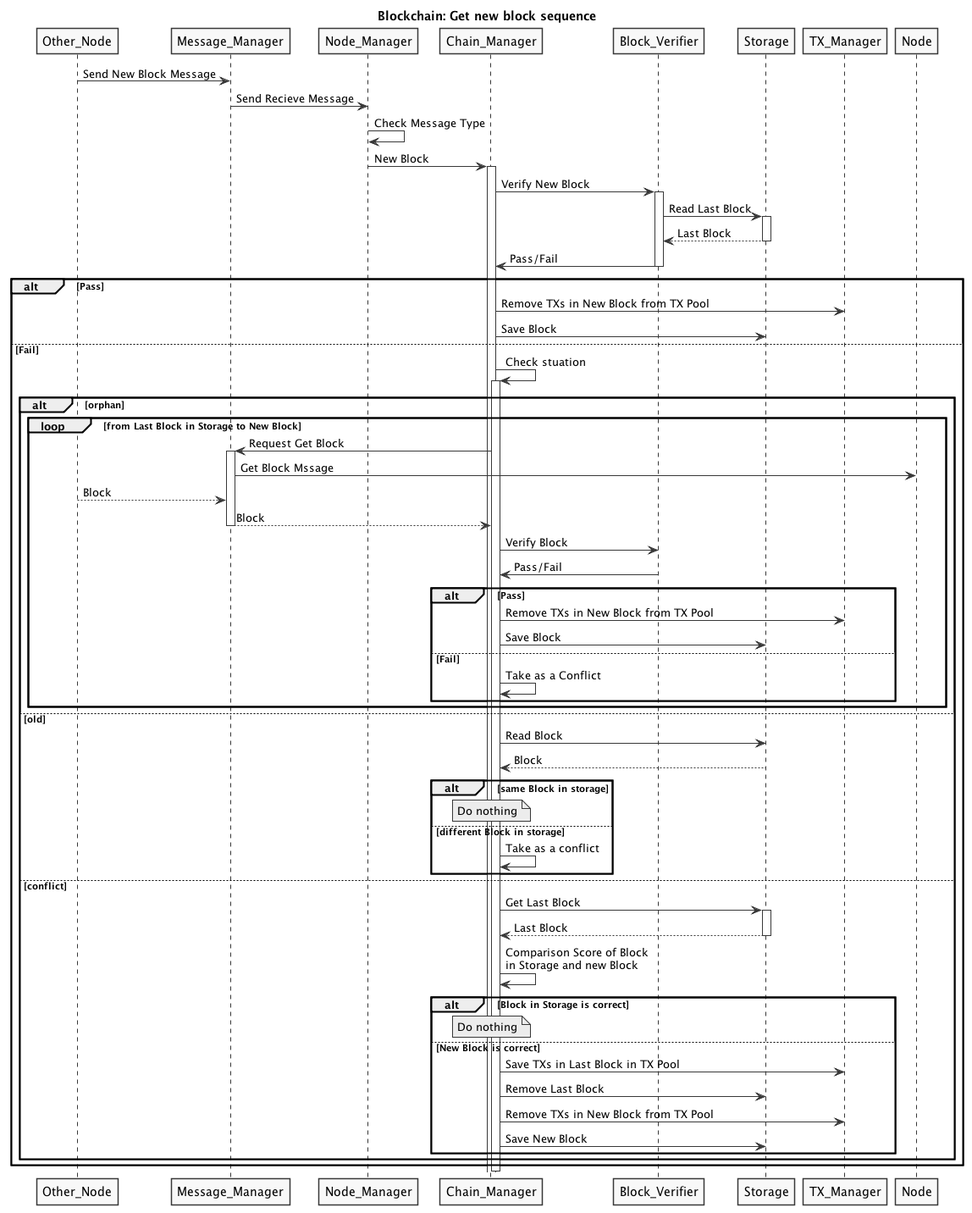
Before: uml/seq_get_block.png, a diagram exported from PlantUML (chike0905/blockchain). Its diagram source:
```plantuml
@startuml
skinparam shadowing false
skinparam monochrome true
title Blockchain: Get new block sequence

Other_Node -> Message_Manager: Send New Block Message
Message_Manager -> Node_Manager: Send Recieve Message
Node_Manager -> Node_Manager: Check Message Type
Node_Manager -> Chain_Manager: New Block
activate Chain_Manager
Chain_Manager -> Block_Verifier: Verify New Block
activate Block_Verifier
Block_Verifier -> Storage:Read Last Block
activate Storage
Storage --> Block_Verifier: Last Block
deactivate Storage
Block_Verifier -> Chain_Manager: Pass/Fail
deactivate Block_Verifier
alt Pass
  Chain_Manager -> TX_Manager: Remove TXs in New Block from TX Pool
  Chain_Manager -> Storage: Save Block
else Fail
  Chain_Manager -> Chain_Manager: Check stuation
  activate Chain_Manager
  alt orphan
    loop from Last Block in Storage to New Block
      Chain_Manager -> Message_Manager: Request Get Block
      activate Message_Manager
      Message_Manager -> Node: Get Block Mssage
      Other_Node --> Message_Manager: Block
      Message_Manager  --> Chain_Manager: Block
      deactivate Message_Manager
      Chain_Manager -> Block_Verifier: Verify Block
      Block_Verifier -> Chain_Manager: Pass/Fail
      alt Pass
        Chain_Manager -> TX_Manager: Remove TXs in New Block from TX Pool
        Chain_Manager -> Storage: Save Block
      else Fail
        Chain_Manager -> Chain_Manager: Take as a Conflict
      end
    end
  else old
    Chain_Manager -> Storage: Read Block
    Storage --> Chain_Manager: Block
    alt same Block in storage
      note over Chain_Manager:Do nothing
    else different Block in storage
      Chain_Manager -> Chain_Manager: Take as a conflict
    end
  else conflict
    Chain_Manager -> Storage: Get Last Block
    activate Storage
    Storage --> Chain_Manager :Last Block
    deactivate Storage
    Chain_Manager -> Chain_Manager: Comparison Score of Block\nin Storage and new Block
    alt Block in Storage is correct
      note over Chain_Manager:Do nothing
    else New Block is correct
      Chain_Manager -> TX_Manager: Save TXs in Last Block in TX Pool
      Chain_Manager -> Storage: Remove Last Block
      Chain_Manager -> TX_Manager: Remove TXs in New Block from TX Pool
      Chain_Manager -> Storage: Save New Block
    end
  end
end
deactivate Chain_Manager
@enduml
```
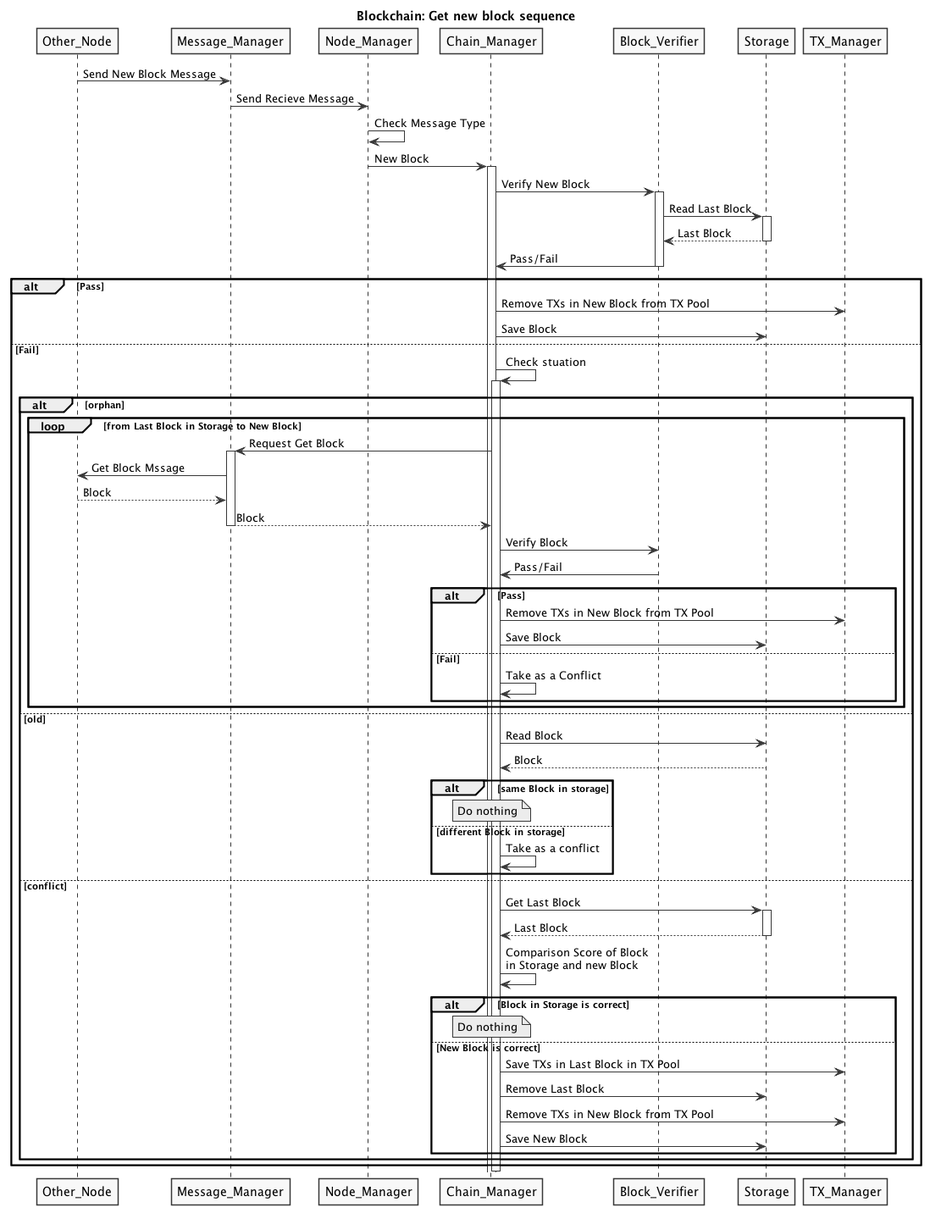
The same file after the commit.

Diff of the diagram source:
```diff
@@ -26,7 +26,7 @@
     loop from Last Block in Storage to New Block
       Chain_Manager -> Message_Manager: Request Get Block
       activate Message_Manager
-      Message_Manager -> Node: Get Block Mssage
+      Message_Manager -> Other_Node: Get Block Mssage
       Other_Node --> Message_Manager: Block
       Message_Manager  --> Chain_Manager: Block
       deactivate Message_Manager
```
